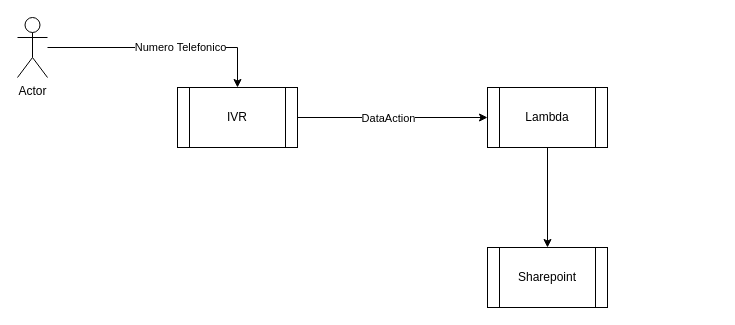
Above: Diagrama OSC.drawio in nonate/personalProject (draw.io), before the change. Source tidied: cells renumbered, new cells numbered last; positions are measured from the earlier drawing's top-left corner, leaving out a move shared by most shapes. Both pictures are drawn from the tidied source at 100%, with x=0, y=0 at pixel (17, 17).
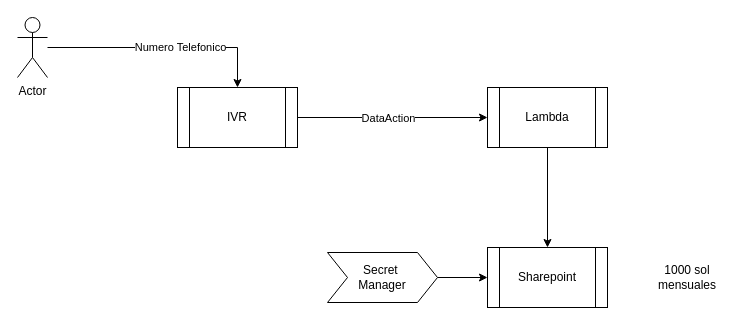
The same diagram, later.

Diff of the diagram source:
```diff
@@
 <mxGraphModel>
   <root>
     <mxCell id="0" />
     <mxCell id="1" parent="0" />
     <mxCell id="2" style="edgeStyle=orthogonalEdgeStyle;rounded=0;jettySize=auto;html=1;" parent="1" edge="1" source="4" target="9">
       <mxGeometry relative="1" as="geometry" />
     </mxCell>
     <mxCell id="3" value="DataAction" style="edgeLabel;html=1;align=center;verticalAlign=middle;" parent="2" vertex="1">
       <mxGeometry x="-0.2" y="-1" relative="1" as="geometry">
         <mxPoint x="14" y="-1" as="offset" />
       </mxGeometry>
     </mxCell>
     <mxCell id="4" value="IVR" style="shape=process;whiteSpace=wrap;html=1;backgroundOutline=1;" parent="1" vertex="1">
       <mxGeometry x="160" y="70" width="120" height="60" as="geometry" />
     </mxCell>
     <mxCell id="5" style="edgeStyle=orthogonalEdgeStyle;rounded=0;jettySize=auto;html=1;entryX=0.5;entryY=0;entryDx=0;entryDy=0;" parent="1" edge="1" source="7" target="4">
       <mxGeometry relative="1" as="geometry" />
     </mxCell>
     <mxCell id="6" value="Numero Telefonico" style="edgeLabel;html=1;align=center;verticalAlign=middle;" parent="5" vertex="1">
       <mxGeometry x="0.15" y="-4" relative="1" as="geometry">
         <mxPoint y="-5" as="offset" />
       </mxGeometry>
     </mxCell>
     <mxCell id="7" value="Actor" style="shape=umlActor;verticalLabelPosition=bottom;verticalAlign=top;html=1;outlineConnect=0;" parent="1" vertex="1">
       <mxGeometry width="30" height="60" as="geometry" />
     </mxCell>
     <mxCell id="8" style="edgeStyle=orthogonalEdgeStyle;rounded=0;jettySize=auto;html=1;" parent="1" edge="1" source="9" target="10">
       <mxGeometry relative="1" as="geometry" />
     </mxCell>
     <mxCell id="9" value="Lambda" style="shape=process;whiteSpace=wrap;html=1;backgroundOutline=1;" parent="1" vertex="1">
       <mxGeometry x="470" y="70" width="120" height="60" as="geometry" />
     </mxCell>
     <mxCell id="10" value="Sharepoint" style="shape=process;whiteSpace=wrap;html=1;backgroundOutline=1;" parent="1" vertex="1">
       <mxGeometry x="470" y="230" width="120" height="60" as="geometry" />
     </mxCell>
+    <mxCell id="11" value="1000 sol mensuales" style="text;html=1;align=center;verticalAlign=middle;whiteSpace=wrap;rounded=0;" parent="1" vertex="1">
+      <mxGeometry x="640" y="245" width="60" height="30" as="geometry" />
+    </mxCell>
+    <mxCell id="12" style="edgeStyle=orthogonalEdgeStyle;rounded=0;jettySize=auto;html=1;entryX=0;entryY=0.5;entryDx=0;entryDy=0;" parent="1" edge="1" source="13" target="10">
+      <mxGeometry relative="1" as="geometry" />
+    </mxCell>
+    <mxCell id="13" value="Secret&amp;nbsp;&lt;div&gt;Manager&lt;/div&gt;" style="shape=step;perimeter=stepPerimeter;whiteSpace=wrap;html=1;fixedSize=1;" parent="1" vertex="1">
+      <mxGeometry x="310" y="235" width="110" height="50" as="geometry" />
+    </mxCell>
   </root>
 </mxGraphModel>
```
